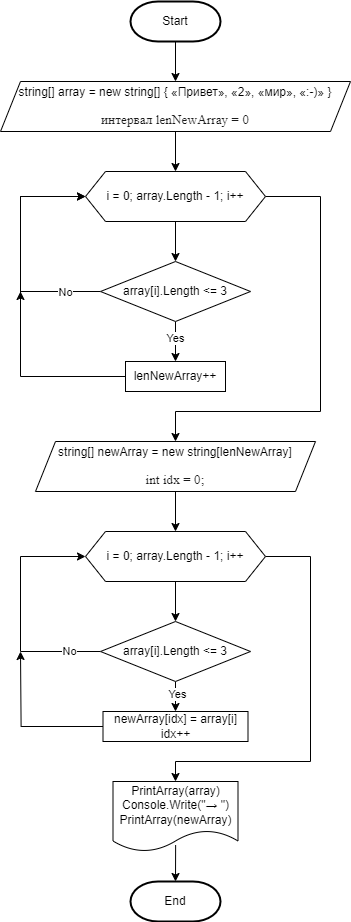
Above: Block_diagram.drawio.png in Vladislav12333/-ontrol_work (draw.io), before the change. Source tidied: cells renumbered, new cells last; positions are measured from the earlier drawing's top-left corner, leaving out a move shared by most shapes. Its diagram source:
```xml
<mxGraphModel>
  <root>
    <mxCell id="0" />
    <mxCell id="1" parent="0" />
    <mxCell id="2" style="edgeStyle=orthogonalEdgeStyle;rounded=0;jettySize=auto;html=1;exitX=0.5;exitY=1;exitDx=0;exitDy=0;exitPerimeter=0;entryX=0.5;entryY=0;entryDx=0;entryDy=0;" parent="1" edge="1" source="3" target="5">
      <mxGeometry relative="1" as="geometry" />
    </mxCell>
    <mxCell id="3" value="Start" style="strokeWidth=2;html=1;shape=mxgraph.flowchart.terminator;whiteSpace=wrap;" parent="1" vertex="1">
      <mxGeometry x="130" width="90" height="40" as="geometry" />
    </mxCell>
    <mxCell id="4" style="edgeStyle=orthogonalEdgeStyle;rounded=0;jettySize=auto;html=1;exitX=0.5;exitY=1;exitDx=0;exitDy=0;entryX=0.5;entryY=0;entryDx=0;entryDy=0;" parent="1" edge="1" source="5" target="8">
      <mxGeometry relative="1" as="geometry" />
    </mxCell>
    <mxCell id="5" value="&lt;p dir=&quot;ltr&quot;&gt;string[] array = new string[] { «Привет», «2», «мир», «:-)» }&lt;/p&gt;&lt;p dir=&quot;ltr&quot;&gt;&lt;span style=&quot;color: rgb(26, 26, 26); font-size: 10pt; font-family: noto_regular&quot;&gt;интервал lenNewArray = 0&lt;/span&gt;&lt;/p&gt;" style="shape=parallelogram;perimeter=parallelogramPerimeter;whiteSpace=wrap;html=1;fixedSize=1;" parent="1" vertex="1">
      <mxGeometry y="80" width="350" height="50" as="geometry" />
    </mxCell>
    <mxCell id="6" style="edgeStyle=orthogonalEdgeStyle;rounded=0;jettySize=auto;html=1;exitX=0.5;exitY=1;exitDx=0;exitDy=0;entryX=0.5;entryY=0;entryDx=0;entryDy=0;" parent="1" edge="1" source="8" target="13">
      <mxGeometry relative="1" as="geometry" />
    </mxCell>
    <mxCell id="7" style="edgeStyle=orthogonalEdgeStyle;rounded=0;jettySize=auto;html=1;exitX=1;exitY=0.5;exitDx=0;exitDy=0;entryX=0.5;entryY=0;entryDx=0;entryDy=0;" parent="1" edge="1" source="8" target="18">
      <mxGeometry relative="1" as="geometry">
        <Array as="points">
          <mxPoint x="320" y="195" />
          <mxPoint x="320" y="410" />
          <mxPoint x="175" y="410" />
        </Array>
      </mxGeometry>
    </mxCell>
    <mxCell id="8" value="i = 0; array.Length - 1; i++" style="shape=hexagon;perimeter=hexagonPerimeter2;whiteSpace=wrap;html=1;fixedSize=1;" parent="1" vertex="1">
      <mxGeometry x="85" y="170" width="180" height="50" as="geometry" />
    </mxCell>
    <mxCell id="9" style="edgeStyle=orthogonalEdgeStyle;rounded=0;jettySize=auto;html=1;exitX=0.5;exitY=1;exitDx=0;exitDy=0;entryX=0.5;entryY=0;entryDx=0;entryDy=0;" parent="1" edge="1" source="13" target="15">
      <mxGeometry relative="1" as="geometry" />
    </mxCell>
    <mxCell id="10" value="Yes" style="edgeLabel;html=1;align=center;verticalAlign=middle;" parent="9" vertex="1">
      <mxGeometry x="-0.2" y="-1" relative="1" as="geometry" />
    </mxCell>
    <mxCell id="11" style="edgeStyle=orthogonalEdgeStyle;rounded=0;jettySize=auto;html=1;exitX=0;exitY=0.5;exitDx=0;exitDy=0;entryX=0;entryY=0.5;entryDx=0;entryDy=0;" parent="1" edge="1" source="13" target="8">
      <mxGeometry relative="1" as="geometry">
        <Array as="points">
          <mxPoint x="20" y="290" />
          <mxPoint x="20" y="195" />
        </Array>
      </mxGeometry>
    </mxCell>
    <mxCell id="12" value="No" style="edgeLabel;html=1;align=center;verticalAlign=middle;" parent="11" vertex="1">
      <mxGeometry x="-0.69" relative="1" as="geometry" />
    </mxCell>
    <mxCell id="13" value="array[i].Length &amp;lt;= 3" style="rhombus;whiteSpace=wrap;html=1;" parent="1" vertex="1">
      <mxGeometry x="100" y="260" width="150" height="60" as="geometry" />
    </mxCell>
    <mxCell id="14" style="edgeStyle=orthogonalEdgeStyle;rounded=0;jettySize=auto;html=1;exitX=0;exitY=0.5;exitDx=0;exitDy=0;entryX=0;entryY=0.5;entryDx=0;entryDy=0;" parent="1" edge="1" source="15" target="8">
      <mxGeometry relative="1" as="geometry">
        <Array as="points">
          <mxPoint x="20" y="375" />
          <mxPoint x="20" y="195" />
        </Array>
      </mxGeometry>
    </mxCell>
    <mxCell id="15" value="lenNewArray++" style="rounded=0;whiteSpace=wrap;html=1;" parent="1" vertex="1">
      <mxGeometry x="125" y="360" width="100" height="30" as="geometry" />
    </mxCell>
    <mxCell id="16" style="endArrow=classic;html=1;rounded=0;" parent="1" edge="1">
      <mxGeometry relative="1" as="geometry">
        <mxPoint x="20" y="370" as="sourcePoint" />
        <mxPoint x="20" y="290" as="targetPoint" />
      </mxGeometry>
    </mxCell>
    <mxCell id="17" style="edgeStyle=orthogonalEdgeStyle;rounded=0;jettySize=auto;html=1;exitX=0.5;exitY=1;exitDx=0;exitDy=0;entryX=0.5;entryY=0;entryDx=0;entryDy=0;" parent="1" edge="1" source="18" target="21">
      <mxGeometry relative="1" as="geometry" />
    </mxCell>
    <mxCell id="18" value="&lt;p dir=&quot;ltr&quot;&gt;string[] newArray = new string[lenNewArray]&lt;/p&gt;&lt;p dir=&quot;ltr&quot;&gt;&lt;font face=&quot;noto_regular&quot; color=&quot;#1a1a1a&quot;&gt;&lt;span style=&quot;font-size: 13.3333px;&quot;&gt;int idx = 0;&lt;/span&gt;&lt;/font&gt;&lt;/p&gt;" style="shape=parallelogram;perimeter=parallelogramPerimeter;whiteSpace=wrap;html=1;fixedSize=1;" parent="1" vertex="1">
      <mxGeometry x="35" y="440" width="280" height="50" as="geometry" />
    </mxCell>
    <mxCell id="19" style="edgeStyle=orthogonalEdgeStyle;rounded=0;jettySize=auto;html=1;exitX=0.5;exitY=1;exitDx=0;exitDy=0;entryX=0.5;entryY=0;entryDx=0;entryDy=0;" parent="1" edge="1" source="21" target="26">
      <mxGeometry relative="1" as="geometry" />
    </mxCell>
    <mxCell id="20" style="edgeStyle=orthogonalEdgeStyle;rounded=0;jettySize=auto;html=1;exitX=1;exitY=0.5;exitDx=0;exitDy=0;entryX=0.5;entryY=0;entryDx=0;entryDy=0;" parent="1" edge="1" source="21" target="29">
      <mxGeometry relative="1" as="geometry">
        <Array as="points">
          <mxPoint x="310" y="555" />
          <mxPoint x="310" y="760" />
          <mxPoint x="175" y="760" />
        </Array>
      </mxGeometry>
    </mxCell>
    <mxCell id="21" value="i = 0; array.Length - 1; i++" style="shape=hexagon;perimeter=hexagonPerimeter2;whiteSpace=wrap;html=1;fixedSize=1;" parent="1" vertex="1">
      <mxGeometry x="85" y="530" width="180" height="50" as="geometry" />
    </mxCell>
    <mxCell id="22" style="edgeStyle=orthogonalEdgeStyle;rounded=0;jettySize=auto;html=1;exitX=0;exitY=0.5;exitDx=0;exitDy=0;entryX=0;entryY=0.5;entryDx=0;entryDy=0;" parent="1" edge="1" source="26" target="21">
      <mxGeometry relative="1" as="geometry">
        <Array as="points">
          <mxPoint x="20" y="650" />
          <mxPoint x="20" y="555" />
        </Array>
      </mxGeometry>
    </mxCell>
    <mxCell id="23" value="No" style="edgeLabel;html=1;align=center;verticalAlign=middle;" parent="22" vertex="1">
      <mxGeometry x="-0.73" y="-1" relative="1" as="geometry" />
    </mxCell>
    <mxCell id="24" style="edgeStyle=orthogonalEdgeStyle;rounded=0;jettySize=auto;html=1;exitX=0.5;exitY=1;exitDx=0;exitDy=0;entryX=0.5;entryY=0;entryDx=0;entryDy=0;" parent="1" edge="1" source="26" target="28">
      <mxGeometry relative="1" as="geometry" />
    </mxCell>
    <mxCell id="25" value="Yes" style="edgeLabel;html=1;align=center;verticalAlign=middle;" parent="24" vertex="1">
      <mxGeometry x="-0.17" y="1" relative="1" as="geometry" />
    </mxCell>
    <mxCell id="26" value="array[i].Length &amp;lt;= 3" style="rhombus;whiteSpace=wrap;html=1;" parent="1" vertex="1">
      <mxGeometry x="100" y="620" width="150" height="60" as="geometry" />
    </mxCell>
    <mxCell id="27" style="edgeStyle=orthogonalEdgeStyle;rounded=0;jettySize=auto;html=1;exitX=0;exitY=0.5;exitDx=0;exitDy=0;" parent="1" edge="1" source="28">
      <mxGeometry relative="1" as="geometry">
        <mxPoint x="20" y="650" as="targetPoint" />
      </mxGeometry>
    </mxCell>
    <mxCell id="28" value="newArray[idx] = array[i]&lt;br&gt;idx++" style="rounded=0;whiteSpace=wrap;html=1;" parent="1" vertex="1">
      <mxGeometry x="102.5" y="710" width="145" height="30" as="geometry" />
    </mxCell>
    <mxCell id="29" value="PrintArray(array)&lt;br&gt;Console.Write(&quot;→ &quot;)&lt;br&gt;PrintArray(newArray)" style="shape=document;whiteSpace=wrap;html=1;boundedLbl=1;" parent="1" vertex="1">
      <mxGeometry x="112.5" y="780" width="125" height="70" as="geometry" />
    </mxCell>
    <mxCell id="30" value="End" style="strokeWidth=2;html=1;shape=mxgraph.flowchart.terminator;whiteSpace=wrap;" parent="1" vertex="1">
      <mxGeometry x="130" y="880" width="90" height="40" as="geometry" />
    </mxCell>
    <mxCell id="31" style="endArrow=classic;html=1;rounded=0;entryX=0.5;entryY=0;entryDx=0;entryDy=0;entryPerimeter=0;exitX=0.501;exitY=0.908;exitDx=0;exitDy=0;exitPerimeter=0;" parent="1" edge="1" source="29" target="30">
      <mxGeometry relative="1" as="geometry" />
    </mxCell>
  </root>
</mxGraphModel>
```
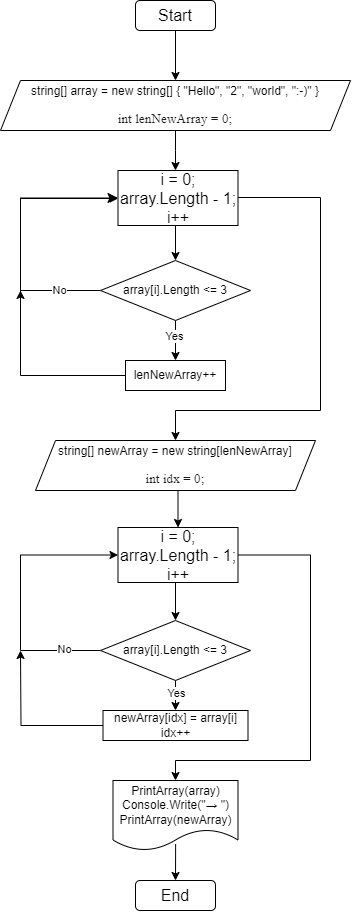
Above is the later version.

Commit message:
перезалил блок схему

What changed in the source:
```diff
@@ -2,44 +2,43 @@
   <root>
     <mxCell id="0" />
     <mxCell id="1" parent="0" />
-    <mxCell id="2" style="edgeStyle=orthogonalEdgeStyle;rounded=0;jettySize=auto;html=1;exitX=0.5;exitY=1;exitDx=0;exitDy=0;exitPerimeter=0;entryX=0.5;entryY=0;entryDx=0;entryDy=0;" parent="1" edge="1" source="3" target="5">
+    <mxCell id="2" style="edgeStyle=orthogonalEdgeStyle;rounded=0;jettySize=auto;html=1;exitX=0.5;exitY=1;exitDx=0;exitDy=0;entryX=0.5;entryY=0;entryDx=0;entryDy=0;" parent="1" edge="1" source="3" target="5">
       <mxGeometry relative="1" as="geometry" />
     </mxCell>
-    <mxCell id="3" value="Start" style="strokeWidth=2;html=1;shape=mxgraph.flowchart.terminator;whiteSpace=wrap;" parent="1" vertex="1">
-      <mxGeometry x="130" width="90" height="40" as="geometry" />
-    </mxCell>
-    <mxCell id="4" style="edgeStyle=orthogonalEdgeStyle;rounded=0;jettySize=auto;html=1;exitX=0.5;exitY=1;exitDx=0;exitDy=0;entryX=0.5;entryY=0;entryDx=0;entryDy=0;" parent="1" edge="1" source="5" target="8">
-      <mxGeometry relative="1" as="geometry" />
+    <mxCell id="4" style="edgeStyle=orthogonalEdgeStyle;rounded=0;jettySize=auto;html=1;exitX=0.5;exitY=1;exitDx=0;exitDy=0;entryX=0.5;entryY=0;entryDx=0;entryDy=0;" parent="1" edge="1" source="5">
+      <mxGeometry relative="1" as="geometry">
+        <mxPoint x="175" y="170" as="targetPoint" />
+      </mxGeometry>
     </mxCell>
-    <mxCell id="5" value="&lt;p dir=&quot;ltr&quot;&gt;string[] array = new string[] { «Привет», «2», «мир», «:-)» }&lt;/p&gt;&lt;p dir=&quot;ltr&quot;&gt;&lt;span style=&quot;color: rgb(26, 26, 26); font-size: 10pt; font-family: noto_regular&quot;&gt;интервал lenNewArray = 0&lt;/span&gt;&lt;/p&gt;" style="shape=parallelogram;perimeter=parallelogramPerimeter;whiteSpace=wrap;html=1;fixedSize=1;" parent="1" vertex="1">
+    <mxCell id="5" value="&lt;p dir=&quot;ltr&quot;&gt;string[] array = new string[] { &quot;Hello&quot;, &quot;2&quot;, &quot;world&quot;, &quot;:-)&quot; }&lt;/p&gt;&lt;p dir=&quot;ltr&quot;&gt;&lt;span style=&quot;color: rgb(26, 26, 26); font-size: 10pt; font-family: noto_regular&quot;&gt;int lenNewArray = 0;&lt;/span&gt;&lt;/p&gt;" style="shape=parallelogram;perimeter=parallelogramPerimeter;whiteSpace=wrap;html=1;fixedSize=1;" parent="1" vertex="1">
       <mxGeometry y="80" width="350" height="50" as="geometry" />
     </mxCell>
-    <mxCell id="6" style="edgeStyle=orthogonalEdgeStyle;rounded=0;jettySize=auto;html=1;exitX=0.5;exitY=1;exitDx=0;exitDy=0;entryX=0.5;entryY=0;entryDx=0;entryDy=0;" parent="1" edge="1" source="8" target="13">
+    <mxCell id="6" style="edgeStyle=orthogonalEdgeStyle;rounded=0;jettySize=auto;html=1;exitX=0.5;exitY=1;exitDx=0;exitDy=0;entryX=0.5;entryY=0;entryDx=0;entryDy=0;" parent="1" edge="1" source="35" target="13">
       <mxGeometry relative="1" as="geometry" />
     </mxCell>
-    <mxCell id="7" style="edgeStyle=orthogonalEdgeStyle;rounded=0;jettySize=auto;html=1;exitX=1;exitY=0.5;exitDx=0;exitDy=0;entryX=0.5;entryY=0;entryDx=0;entryDy=0;" parent="1" edge="1" source="8" target="18">
+    <mxCell id="7" style="edgeStyle=orthogonalEdgeStyle;rounded=0;jettySize=auto;html=1;entryX=0.5;entryY=0;entryDx=0;entryDy=0;" parent="1" edge="1" target="18">
       <mxGeometry relative="1" as="geometry">
+        <mxPoint x="260" y="197" as="sourcePoint" />
         <Array as="points">
-          <mxPoint x="320" y="195" />
+          <mxPoint x="235" y="197" />
+          <mxPoint x="320" y="197" />
           <mxPoint x="320" y="410" />
           <mxPoint x="175" y="410" />
         </Array>
       </mxGeometry>
     </mxCell>
-    <mxCell id="8" value="i = 0; array.Length - 1; i++" style="shape=hexagon;perimeter=hexagonPerimeter2;whiteSpace=wrap;html=1;fixedSize=1;" parent="1" vertex="1">
-      <mxGeometry x="85" y="170" width="180" height="50" as="geometry" />
-    </mxCell>
     <mxCell id="9" style="edgeStyle=orthogonalEdgeStyle;rounded=0;jettySize=auto;html=1;exitX=0.5;exitY=1;exitDx=0;exitDy=0;entryX=0.5;entryY=0;entryDx=0;entryDy=0;" parent="1" edge="1" source="13" target="15">
       <mxGeometry relative="1" as="geometry" />
     </mxCell>
     <mxCell id="10" value="Yes" style="edgeLabel;html=1;align=center;verticalAlign=middle;" parent="9" vertex="1">
       <mxGeometry x="-0.2" y="-1" relative="1" as="geometry" />
     </mxCell>
-    <mxCell id="11" style="edgeStyle=orthogonalEdgeStyle;rounded=0;jettySize=auto;html=1;exitX=0;exitY=0.5;exitDx=0;exitDy=0;entryX=0;entryY=0.5;entryDx=0;entryDy=0;" parent="1" edge="1" source="13" target="8">
+    <mxCell id="11" style="edgeStyle=orthogonalEdgeStyle;rounded=0;jettySize=auto;html=1;exitX=0;exitY=0.5;exitDx=0;exitDy=0;entryX=0;entryY=0.5;entryDx=0;entryDy=0;" parent="1" edge="1" source="13" target="35">
       <mxGeometry relative="1" as="geometry">
         <Array as="points">
           <mxPoint x="20" y="290" />
-          <mxPoint x="20" y="195" />
+          <mxPoint x="20" y="198" />
+          <mxPoint x="118" y="198" />
         </Array>
       </mxGeometry>
     </mxCell>
@@ -49,14 +48,14 @@
     <mxCell id="13" value="array[i].Length &amp;lt;= 3" style="rhombus;whiteSpace=wrap;html=1;" parent="1" vertex="1">
       <mxGeometry x="100" y="260" width="150" height="60" as="geometry" />
     </mxCell>
-    <mxCell id="14" style="edgeStyle=orthogonalEdgeStyle;rounded=0;jettySize=auto;html=1;exitX=0;exitY=0.5;exitDx=0;exitDy=0;entryX=0;entryY=0.5;entryDx=0;entryDy=0;" parent="1" edge="1" source="15" target="8">
-      <mxGeometry relative="1" as="geometry">
-        <Array as="points">
-          <mxPoint x="20" y="375" />
-          <mxPoint x="20" y="195" />
-        </Array>
-      </mxGeometry>
-    </mxCell>
+    <mxCell id="32" style="edgeStyle=orthogonalEdgeStyle;rounded=0;jettySize=auto;html=1;exitX=0;exitY=0.5;exitDx=0;exitDy=0;entryX=0;entryY=0.5;entryDx=0;entryDy=0;fontSize=12;startSize=8;endSize=8;" parent="1" edge="1" source="15" target="35">
+      <mxGeometry relative="1" as="geometry">
+        <Array as="points">
+          <mxPoint x="20" y="375" />
+          <mxPoint x="20" y="198" />
+        </Array>
+      </mxGeometry>
+    </mxCell>
     <mxCell id="15" value="lenNewArray++" style="rounded=0;whiteSpace=wrap;html=1;" parent="1" vertex="1">
       <mxGeometry x="125" y="360" width="100" height="30" as="geometry" />
     </mxCell>
@@ -66,16 +65,16 @@
         <mxPoint x="20" y="290" as="targetPoint" />
       </mxGeometry>
     </mxCell>
-    <mxCell id="17" style="edgeStyle=orthogonalEdgeStyle;rounded=0;jettySize=auto;html=1;exitX=0.5;exitY=1;exitDx=0;exitDy=0;entryX=0.5;entryY=0;entryDx=0;entryDy=0;" parent="1" edge="1" source="18" target="21">
+    <mxCell id="17" style="edgeStyle=orthogonalEdgeStyle;rounded=0;jettySize=auto;html=1;exitX=0.5;exitY=1;exitDx=0;exitDy=0;entryX=0.5;entryY=0;entryDx=0;entryDy=0;" parent="1" edge="1" source="18" target="36">
       <mxGeometry relative="1" as="geometry" />
     </mxCell>
     <mxCell id="18" value="&lt;p dir=&quot;ltr&quot;&gt;string[] newArray = new string[lenNewArray]&lt;/p&gt;&lt;p dir=&quot;ltr&quot;&gt;&lt;font face=&quot;noto_regular&quot; color=&quot;#1a1a1a&quot;&gt;&lt;span style=&quot;font-size: 13.3333px;&quot;&gt;int idx = 0;&lt;/span&gt;&lt;/font&gt;&lt;/p&gt;" style="shape=parallelogram;perimeter=parallelogramPerimeter;whiteSpace=wrap;html=1;fixedSize=1;" parent="1" vertex="1">
       <mxGeometry x="35" y="440" width="280" height="50" as="geometry" />
     </mxCell>
-    <mxCell id="19" style="edgeStyle=orthogonalEdgeStyle;rounded=0;jettySize=auto;html=1;exitX=0.5;exitY=1;exitDx=0;exitDy=0;entryX=0.5;entryY=0;entryDx=0;entryDy=0;" parent="1" edge="1" source="21" target="26">
+    <mxCell id="19" style="edgeStyle=orthogonalEdgeStyle;rounded=0;jettySize=auto;html=1;exitX=0.5;exitY=1;exitDx=0;exitDy=0;entryX=0.5;entryY=0;entryDx=0;entryDy=0;" parent="1" edge="1" source="36" target="26">
       <mxGeometry relative="1" as="geometry" />
     </mxCell>
-    <mxCell id="20" style="edgeStyle=orthogonalEdgeStyle;rounded=0;jettySize=auto;html=1;exitX=1;exitY=0.5;exitDx=0;exitDy=0;entryX=0.5;entryY=0;entryDx=0;entryDy=0;" parent="1" edge="1" source="21" target="29">
+    <mxCell id="20" style="edgeStyle=orthogonalEdgeStyle;rounded=0;jettySize=auto;html=1;exitX=1;exitY=0.5;exitDx=0;exitDy=0;entryX=0.5;entryY=0;entryDx=0;entryDy=0;" parent="1" edge="1" source="36" target="29">
       <mxGeometry relative="1" as="geometry">
         <Array as="points">
           <mxPoint x="310" y="555" />
@@ -84,10 +83,7 @@
         </Array>
       </mxGeometry>
     </mxCell>
-    <mxCell id="21" value="i = 0; array.Length - 1; i++" style="shape=hexagon;perimeter=hexagonPerimeter2;whiteSpace=wrap;html=1;fixedSize=1;" parent="1" vertex="1">
-      <mxGeometry x="85" y="530" width="180" height="50" as="geometry" />
-    </mxCell>
-    <mxCell id="22" style="edgeStyle=orthogonalEdgeStyle;rounded=0;jettySize=auto;html=1;exitX=0;exitY=0.5;exitDx=0;exitDy=0;entryX=0;entryY=0.5;entryDx=0;entryDy=0;" parent="1" edge="1" source="26" target="21">
+    <mxCell id="22" style="edgeStyle=orthogonalEdgeStyle;rounded=0;jettySize=auto;html=1;exitX=0;exitY=0.5;exitDx=0;exitDy=0;entryX=0;entryY=0.5;entryDx=0;entryDy=0;" parent="1" edge="1" source="26" target="36">
       <mxGeometry relative="1" as="geometry">
         <Array as="points">
           <mxPoint x="20" y="650" />
@@ -118,11 +114,28 @@
     <mxCell id="29" value="PrintArray(array)&lt;br&gt;Console.Write(&quot;→ &quot;)&lt;br&gt;PrintArray(newArray)" style="shape=document;whiteSpace=wrap;html=1;boundedLbl=1;" parent="1" vertex="1">
       <mxGeometry x="112.5" y="780" width="125" height="70" as="geometry" />
     </mxCell>
+    <mxCell id="31" style="endArrow=classic;html=1;rounded=0;exitX=0.501;exitY=0.908;exitDx=0;exitDy=0;exitPerimeter=0;entryX=0.5;entryY=0;entryDx=0;entryDy=0;" parent="1" edge="1" source="29" target="30">
+      <mxGeometry relative="1" as="geometry" />
+    </mxCell>
+    <mxCell id="3" value="Start" style="rounded=1;whiteSpace=wrap;html=1;fontSize=16;" parent="1" vertex="1">
+      <mxGeometry x="135" width="80" height="30" as="geometry" />
+    </mxCell>
+    <mxCell id="33" style="edgeStyle=none;curved=1;rounded=0;orthogonalLoop=1;jettySize=auto;html=1;exitX=1;exitY=1;exitDx=0;exitDy=0;fontSize=12;startSize=8;endSize=8;" parent="1" edge="1" source="3" target="3">
+      <mxGeometry relative="1" as="geometry" />
+    </mxCell>
+    <mxCell id="34" style="edgeStyle=none;curved=1;rounded=0;jettySize=auto;html=1;exitX=1;exitY=0.5;exitDx=0;exitDy=0;fontSize=12;startSize=8;endSize=8;" parent="1" edge="1" source="35">
+      <mxGeometry relative="1" as="geometry">
+        <mxPoint x="237.6" y="197.4" as="targetPoint" />
+      </mxGeometry>
+    </mxCell>
+    <mxCell id="35" value="i = 0; &lt;br&gt;array.Length - 1; &lt;br&gt;i++" style="rounded=0;whiteSpace=wrap;html=1;fontSize=16;" parent="1" vertex="1">
+      <mxGeometry x="117.5" y="170" width="120" height="55" as="geometry" />
+    </mxCell>
+    <mxCell id="36" value="i = 0; &lt;br&gt;array.Length - 1; &lt;br&gt;i++" style="rounded=0;whiteSpace=wrap;html=1;fontSize=16;" parent="1" vertex="1">
+      <mxGeometry x="117.5" y="527" width="120" height="55" as="geometry" />
+    </mxCell>
-    <mxCell id="30" value="End" style="strokeWidth=2;html=1;shape=mxgraph.flowchart.terminator;whiteSpace=wrap;" parent="1" vertex="1">
-      <mxGeometry x="130" y="880" width="90" height="40" as="geometry" />
+    <mxCell id="30" value="End" style="rounded=1;whiteSpace=wrap;html=1;fontSize=16;" parent="1" vertex="1">
+      <mxGeometry x="135" y="880" width="80" height="30" as="geometry" />
     </mxCell>
-    <mxCell id="31" style="endArrow=classic;html=1;rounded=0;entryX=0.5;entryY=0;entryDx=0;entryDy=0;entryPerimeter=0;exitX=0.501;exitY=0.908;exitDx=0;exitDy=0;exitPerimeter=0;" parent="1" edge="1" source="29" target="30">
-      <mxGeometry relative="1" as="geometry" />
-    </mxCell>
   </root>
 </mxGraphModel>
```
